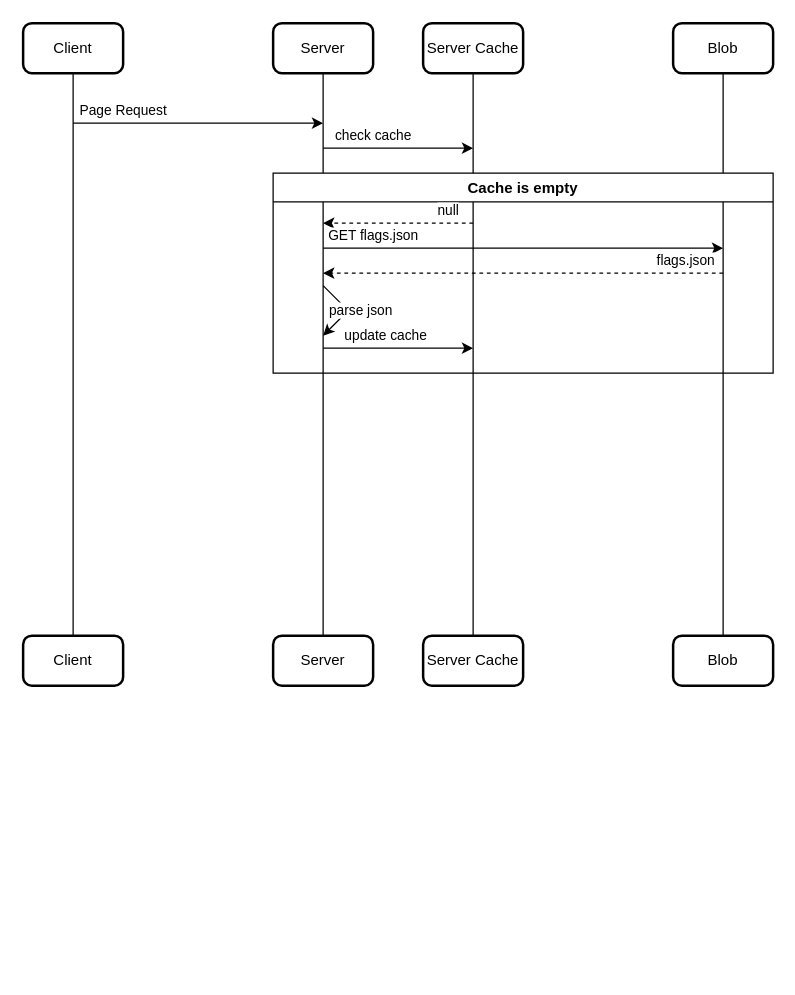
Above: feature-flags-flow.drawio in macglencoe/diagrams (draw.io), before the change. Source tidied: cells renumbered, new cells numbered last; positions are measured from the earlier drawing's top-left corner, leaving out a move shared by most shapes. Both pictures are drawn from the tidied source at 125%, with x=0, y=0 at pixel (22, 22).
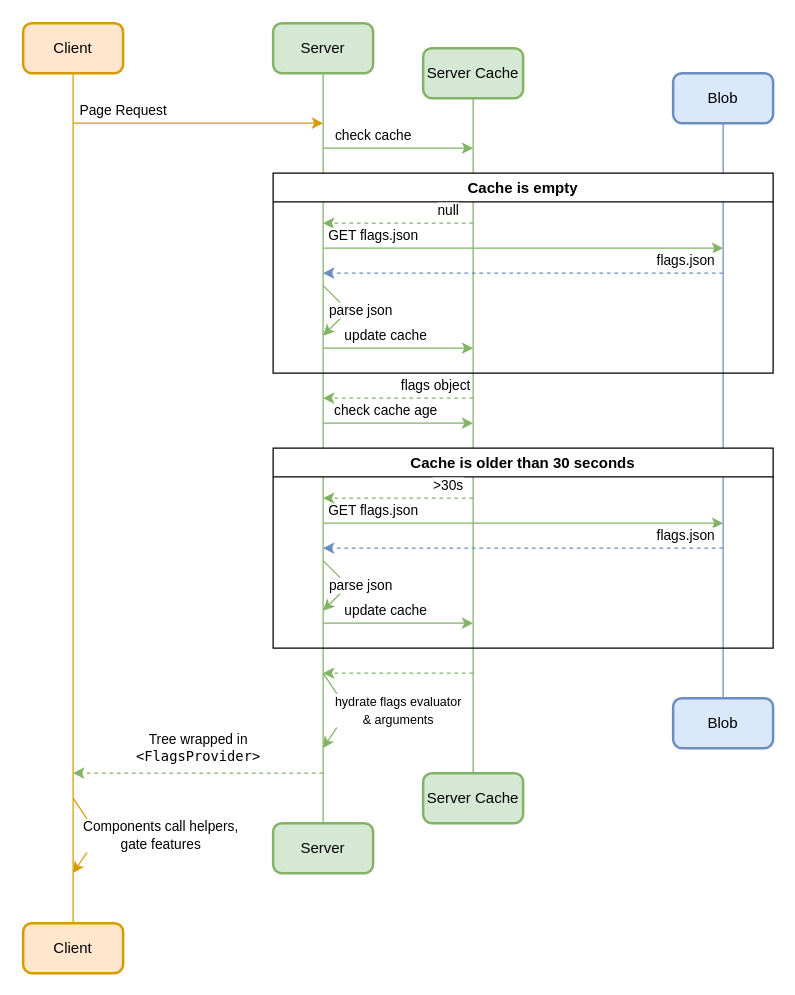
Above is the later version.

The edit, as a diff of the source:
```diff
@@
-    <mxCell id="2" style="edgeStyle=orthogonalEdgeStyle;rounded=0;jettySize=auto;html=1;entryX=0.5;entryY=0;entryDx=0;entryDy=0;endArrow=none;endFill=0;" parent="1" edge="1" source="3" target="10">
+    <mxCell id="2" style="edgeStyle=orthogonalEdgeStyle;rounded=0;jettySize=auto;html=1;entryX=0.5;entryY=0;entryDx=0;entryDy=0;endArrow=none;endFill=0;fillColor=#ffe6cc;strokeColor=#d79b00;" parent="1" edge="1" source="3" target="10">
       <mxGeometry relative="1" as="geometry" />
     </mxCell>
-    <mxCell id="3" value="Client" style="rounded=1;whiteSpace=wrap;html=1;absoluteArcSize=1;arcSize=14;strokeWidth=2;" parent="1" vertex="1">
+    <mxCell id="3" value="Client" style="rounded=1;whiteSpace=wrap;html=1;absoluteArcSize=1;arcSize=14;strokeWidth=2;fillColor=#ffe6cc;strokeColor=#d79b00;" parent="1" vertex="1">
       <mxGeometry width="80" height="40" as="geometry" />
     </mxCell>
-    <mxCell id="4" style="edgeStyle=orthogonalEdgeStyle;rounded=0;jettySize=auto;html=1;endArrow=none;endFill=0;" parent="1" edge="1" source="5" target="11">
+    <mxCell id="4" style="edgeStyle=orthogonalEdgeStyle;rounded=0;jettySize=auto;html=1;endArrow=none;endFill=0;fillColor=#d5e8d4;strokeColor=#82b366;" parent="1" edge="1" source="5" target="11">
       <mxGeometry relative="1" as="geometry" />
     </mxCell>
-    <mxCell id="5" value="Server" style="rounded=1;whiteSpace=wrap;html=1;absoluteArcSize=1;arcSize=14;strokeWidth=2;" parent="1" vertex="1">
+    <mxCell id="5" value="Server" style="rounded=1;whiteSpace=wrap;html=1;absoluteArcSize=1;arcSize=14;strokeWidth=2;fillColor=#d5e8d4;strokeColor=#82b366;" parent="1" vertex="1">
       <mxGeometry x="200" width="80" height="40" as="geometry" />
     </mxCell>
-    <mxCell id="6" style="edgeStyle=orthogonalEdgeStyle;rounded=0;jettySize=auto;html=1;endArrow=none;endFill=0;" parent="1" edge="1" source="7" target="12">
+    <mxCell id="6" style="edgeStyle=orthogonalEdgeStyle;rounded=0;jettySize=auto;html=1;endArrow=none;endFill=0;fillColor=#d5e8d4;strokeColor=#82b366;" parent="1" edge="1" source="7" target="12">
       <mxGeometry relative="1" as="geometry" />
     </mxCell>
-    <mxCell id="7" value="Server Cache" style="rounded=1;whiteSpace=wrap;html=1;absoluteArcSize=1;arcSize=14;strokeWidth=2;" parent="1" vertex="1">
-      <mxGeometry x="320" width="80" height="40" as="geometry" />
+    <mxCell id="7" value="Server Cache" style="rounded=1;whiteSpace=wrap;html=1;absoluteArcSize=1;arcSize=14;strokeWidth=2;fillColor=#d5e8d4;strokeColor=#82b366;" parent="1" vertex="1">
+      <mxGeometry x="320" y="20" width="80" height="40" as="geometry" />
     </mxCell>
-    <mxCell id="8" style="edgeStyle=orthogonalEdgeStyle;rounded=0;jettySize=auto;html=1;endArrow=none;endFill=0;" parent="1" edge="1" source="9" target="13">
+    <mxCell id="8" style="edgeStyle=orthogonalEdgeStyle;rounded=0;jettySize=auto;html=1;endArrow=none;endFill=0;fillColor=#dae8fc;strokeColor=#6c8ebf;" parent="1" edge="1" source="9" target="13">
       <mxGeometry relative="1" as="geometry" />
     </mxCell>
-    <mxCell id="9" value="Blob" style="rounded=1;whiteSpace=wrap;html=1;absoluteArcSize=1;arcSize=14;strokeWidth=2;" parent="1" vertex="1">
-      <mxGeometry x="520" width="80" height="40" as="geometry" />
+    <mxCell id="9" value="Blob" style="rounded=1;whiteSpace=wrap;html=1;absoluteArcSize=1;arcSize=14;strokeWidth=2;fillColor=#dae8fc;strokeColor=#6c8ebf;" parent="1" vertex="1">
+      <mxGeometry x="520" y="40" width="80" height="40" as="geometry" />
     </mxCell>
-    <mxCell id="10" value="Client" style="rounded=1;whiteSpace=wrap;html=1;absoluteArcSize=1;arcSize=14;strokeWidth=2;" parent="1" vertex="1">
-      <mxGeometry y="490" width="80" height="40" as="geometry" />
+    <mxCell id="10" value="Client" style="rounded=1;whiteSpace=wrap;html=1;absoluteArcSize=1;arcSize=14;strokeWidth=2;fillColor=#ffe6cc;strokeColor=#d79b00;" parent="1" vertex="1">
+      <mxGeometry y="720" width="80" height="40" as="geometry" />
     </mxCell>
-    <mxCell id="11" value="Server" style="rounded=1;whiteSpace=wrap;html=1;absoluteArcSize=1;arcSize=14;strokeWidth=2;" parent="1" vertex="1">
-      <mxGeometry x="200" y="490" width="80" height="40" as="geometry" />
+    <mxCell id="11" value="Server" style="rounded=1;whiteSpace=wrap;html=1;absoluteArcSize=1;arcSize=14;strokeWidth=2;fillColor=#d5e8d4;strokeColor=#82b366;" parent="1" vertex="1">
+      <mxGeometry x="200" y="640" width="80" height="40" as="geometry" />
     </mxCell>
-    <mxCell id="12" value="Server Cache" style="rounded=1;whiteSpace=wrap;html=1;absoluteArcSize=1;arcSize=14;strokeWidth=2;" parent="1" vertex="1">
-      <mxGeometry x="320" y="490" width="80" height="40" as="geometry" />
+    <mxCell id="12" value="Server Cache" style="rounded=1;whiteSpace=wrap;html=1;absoluteArcSize=1;arcSize=14;strokeWidth=2;fillColor=#d5e8d4;strokeColor=#82b366;" parent="1" vertex="1">
+      <mxGeometry x="320" y="600" width="80" height="40" as="geometry" />
     </mxCell>
-    <mxCell id="13" value="Blob" style="rounded=1;whiteSpace=wrap;html=1;absoluteArcSize=1;arcSize=14;strokeWidth=2;" parent="1" vertex="1">
-      <mxGeometry x="520" y="490" width="80" height="40" as="geometry" />
+    <mxCell id="13" value="Blob" style="rounded=1;whiteSpace=wrap;html=1;absoluteArcSize=1;arcSize=14;strokeWidth=2;fillColor=#dae8fc;strokeColor=#6c8ebf;" parent="1" vertex="1">
+      <mxGeometry x="520" y="540" width="80" height="40" as="geometry" />
     </mxCell>
-    <mxCell id="14" value="Page Request" style="endArrow=classic;html=1;rounded=0;" parent="1" edge="1">
+    <mxCell id="14" value="Page Request" style="endArrow=classic;html=1;rounded=0;fillColor=#ffe6cc;strokeColor=#d79b00;" parent="1" edge="1">
       <mxGeometry x="-0.6" y="10" relative="1" as="geometry">
         <mxPoint x="40" y="80" as="sourcePoint" />
         <mxPoint x="240" y="80" as="targetPoint" />
       </mxGeometry>
     </mxCell>
-    <mxCell id="15" value="check cache" style="endArrow=classic;html=1;rounded=0;" parent="1" edge="1">
+    <mxCell id="15" value="check cache" style="endArrow=classic;html=1;rounded=0;fillColor=#d5e8d4;strokeColor=#82b366;" parent="1" edge="1">
       <mxGeometry x="-0.33" y="10" relative="1" as="geometry">
         <mxPoint x="240" y="100" as="sourcePoint" />
         <mxPoint x="360" y="100" as="targetPoint" />
       </mxGeometry>
     </mxCell>
@@
-    <mxCell id="17" value="null" style="endArrow=classic;html=1;rounded=0;dashed=1;" parent="1" edge="1">
+    <mxCell id="17" value="null" style="endArrow=classic;html=1;rounded=0;dashed=1;fillColor=#d5e8d4;strokeColor=#82b366;" parent="1" edge="1">
       <mxGeometry x="-0.67" y="-10" relative="1" as="geometry">
         <mxPoint x="360" y="160" as="sourcePoint" />
         <mxPoint x="240" y="160" as="targetPoint" />
       </mxGeometry>
     </mxCell>
-    <mxCell id="18" value="GET flags.json" style="endArrow=classic;html=1;rounded=0;" parent="1" edge="1">
+    <mxCell id="18" value="GET flags.json" style="endArrow=classic;html=1;rounded=0;fillColor=#d5e8d4;strokeColor=#82b366;" parent="1" edge="1">
       <mxGeometry x="-0.75" y="10" relative="1" as="geometry">
         <mxPoint x="240" y="180" as="sourcePoint" />
         <mxPoint x="560" y="180" as="targetPoint" />
       </mxGeometry>
     </mxCell>
-    <mxCell id="19" value="flags.json" style="endArrow=classic;html=1;rounded=0;dashed=1;" parent="1" edge="1">
+    <mxCell id="19" value="flags.json" style="endArrow=classic;html=1;rounded=0;dashed=1;fillColor=#dae8fc;strokeColor=#6c8ebf;" parent="1" edge="1">
       <mxGeometry x="-0.81" y="-10" relative="1" as="geometry">
         <mxPoint x="560" y="200" as="sourcePoint" />
         <mxPoint x="240" y="200" as="targetPoint" />
       </mxGeometry>
     </mxCell>
-    <mxCell id="20" value="parse json" style="endArrow=classic;html=1;rounded=0;" parent="1" edge="1">
+    <mxCell id="20" value="parse json" style="endArrow=classic;html=1;rounded=0;fillColor=#d5e8d4;strokeColor=#82b366;" parent="1" edge="1">
       <mxGeometry y="10" relative="1" as="geometry">
         <mxPoint x="240" y="210" as="sourcePoint" />
         <mxPoint x="240" y="250" as="targetPoint" />
         <Array as="points">
           <mxPoint x="260" y="230" />
         </Array>
         <mxPoint x="3" y="-7" as="offset" />
       </mxGeometry>
     </mxCell>
-    <mxCell id="21" value="update cache" style="endArrow=classic;html=1;rounded=0;" parent="1" edge="1">
+    <mxCell id="21" value="update cache" style="endArrow=classic;html=1;rounded=0;fillColor=#d5e8d4;strokeColor=#82b366;" parent="1" edge="1">
       <mxGeometry x="-0.17" y="10" relative="1" as="geometry">
         <mxPoint x="240" y="260" as="sourcePoint" />
         <mxPoint x="360" y="260" as="targetPoint" />
       </mxGeometry>
     </mxCell>
+    <mxCell id="22" value="check cache age" style="endArrow=classic;html=1;rounded=0;fillColor=#d5e8d4;strokeColor=#82b366;" parent="1" edge="1">
+      <mxGeometry x="-0.17" y="10" relative="1" as="geometry">
+        <mxPoint x="240" y="320" as="sourcePoint" />
+        <mxPoint x="360" y="320" as="targetPoint" />
+      </mxGeometry>
+    </mxCell>
+    <mxCell id="23" value="Cache is older than 30 seconds" style="swimlane;whiteSpace=wrap;html=1;" parent="1" vertex="1">
+      <mxGeometry x="200" y="340" width="400" height="160" as="geometry" />
+    </mxCell>
+    <mxCell id="24" value="GET flags.json" style="endArrow=classic;html=1;rounded=0;fillColor=#d5e8d4;strokeColor=#82b366;" parent="23" edge="1">
+      <mxGeometry x="-0.75" y="10" relative="1" as="geometry">
+        <mxPoint x="40" y="60" as="sourcePoint" />
+        <mxPoint x="360" y="60" as="targetPoint" />
+      </mxGeometry>
+    </mxCell>
+    <mxCell id="25" value="flags.json" style="endArrow=classic;html=1;rounded=0;dashed=1;fillColor=#dae8fc;strokeColor=#6c8ebf;" parent="23" edge="1">
+      <mxGeometry x="-0.81" y="-10" relative="1" as="geometry">
+        <mxPoint x="360" y="80" as="sourcePoint" />
+        <mxPoint x="40" y="80" as="targetPoint" />
+      </mxGeometry>
+    </mxCell>
+    <mxCell id="26" value="parse json" style="endArrow=classic;html=1;rounded=0;fillColor=#d5e8d4;strokeColor=#82b366;" parent="23" edge="1">
+      <mxGeometry y="10" relative="1" as="geometry">
+        <mxPoint x="40" y="90" as="sourcePoint" />
+        <mxPoint x="40" y="130" as="targetPoint" />
+        <Array as="points">
+          <mxPoint x="60" y="110" />
+        </Array>
+        <mxPoint x="3" y="-7" as="offset" />
+      </mxGeometry>
+    </mxCell>
+    <mxCell id="27" value="update cache" style="endArrow=classic;html=1;rounded=0;fillColor=#d5e8d4;strokeColor=#82b366;" parent="23" edge="1">
+      <mxGeometry x="-0.17" y="10" relative="1" as="geometry">
+        <mxPoint x="40" y="140" as="sourcePoint" />
+        <mxPoint x="160" y="140" as="targetPoint" />
+      </mxGeometry>
+    </mxCell>
+    <mxCell id="28" value="&amp;gt;30s" style="endArrow=classic;html=1;rounded=0;dashed=1;fillColor=#d5e8d4;strokeColor=#82b366;" parent="1" edge="1">
+      <mxGeometry x="-0.67" y="-10" relative="1" as="geometry">
+        <mxPoint x="360" y="380" as="sourcePoint" />
+        <mxPoint x="240" y="380" as="targetPoint" />
+      </mxGeometry>
+    </mxCell>
+    <mxCell id="29" style="endArrow=classic;html=1;rounded=0;dashed=1;endFill=1;fillColor=#d5e8d4;strokeColor=#82b366;" parent="1" edge="1">
+      <mxGeometry relative="1" as="geometry">
+        <mxPoint x="360" y="520" as="sourcePoint" />
+        <mxPoint x="240" y="520" as="targetPoint" />
+      </mxGeometry>
+    </mxCell>
+    <mxCell id="30" value="flags object" style="endArrow=classic;html=1;rounded=0;dashed=1;fillColor=#d5e8d4;strokeColor=#82b366;" parent="1" edge="1">
+      <mxGeometry x="-0.5" y="-10" relative="1" as="geometry">
+        <mxPoint x="360" y="300" as="sourcePoint" />
+        <mxPoint x="240" y="300" as="targetPoint" />
+      </mxGeometry>
+    </mxCell>
+    <mxCell id="31" value="&lt;span style=&quot;font-size: 10px;&quot;&gt;hydrate flags evaluator&lt;/span&gt;&lt;div&gt;&lt;span style=&quot;font-size: 10px;&quot;&gt;&amp;amp; arguments&lt;/span&gt;&lt;/div&gt;" style="endArrow=classic;html=1;rounded=0;fillColor=#d5e8d4;strokeColor=#82b366;" parent="1" edge="1">
+      <mxGeometry y="40" relative="1" as="geometry">
+        <mxPoint x="240" y="520" as="sourcePoint" />
+        <mxPoint x="240" y="580" as="targetPoint" />
+        <Array as="points">
+          <mxPoint x="260" y="550" />
+        </Array>
+        <mxPoint x="7" y="-22" as="offset" />
+      </mxGeometry>
+    </mxCell>
+    <mxCell id="32" value="Tree wrapped in&lt;div&gt;&lt;font face=&quot;Lucida Console&quot;&gt;&amp;lt;FlagsProvider&amp;gt;&lt;/font&gt;&lt;/div&gt;" style="endArrow=classic;html=1;rounded=0;dashed=1;fillColor=#d5e8d4;strokeColor=#82b366;" parent="1" edge="1">
+      <mxGeometry y="-20" relative="1" as="geometry">
+        <mxPoint x="240" y="600" as="sourcePoint" />
+        <mxPoint x="40" y="600" as="targetPoint" />
+      </mxGeometry>
+    </mxCell>
+    <mxCell id="33" value="Components call helpers,&lt;div&gt;gate features&lt;/div&gt;" style="endArrow=classic;html=1;rounded=0;fillColor=#ffe6cc;strokeColor=#d79b00;" parent="1" edge="1">
+      <mxGeometry y="50" relative="1" as="geometry">
+        <mxPoint x="40" y="620" as="sourcePoint" />
+        <mxPoint x="40" y="680" as="targetPoint" />
+        <Array as="points">
+          <mxPoint x="60" y="650" />
+        </Array>
+        <mxPoint x="8" y="-28" as="offset" />
+      </mxGeometry>
+    </mxCell>
```
